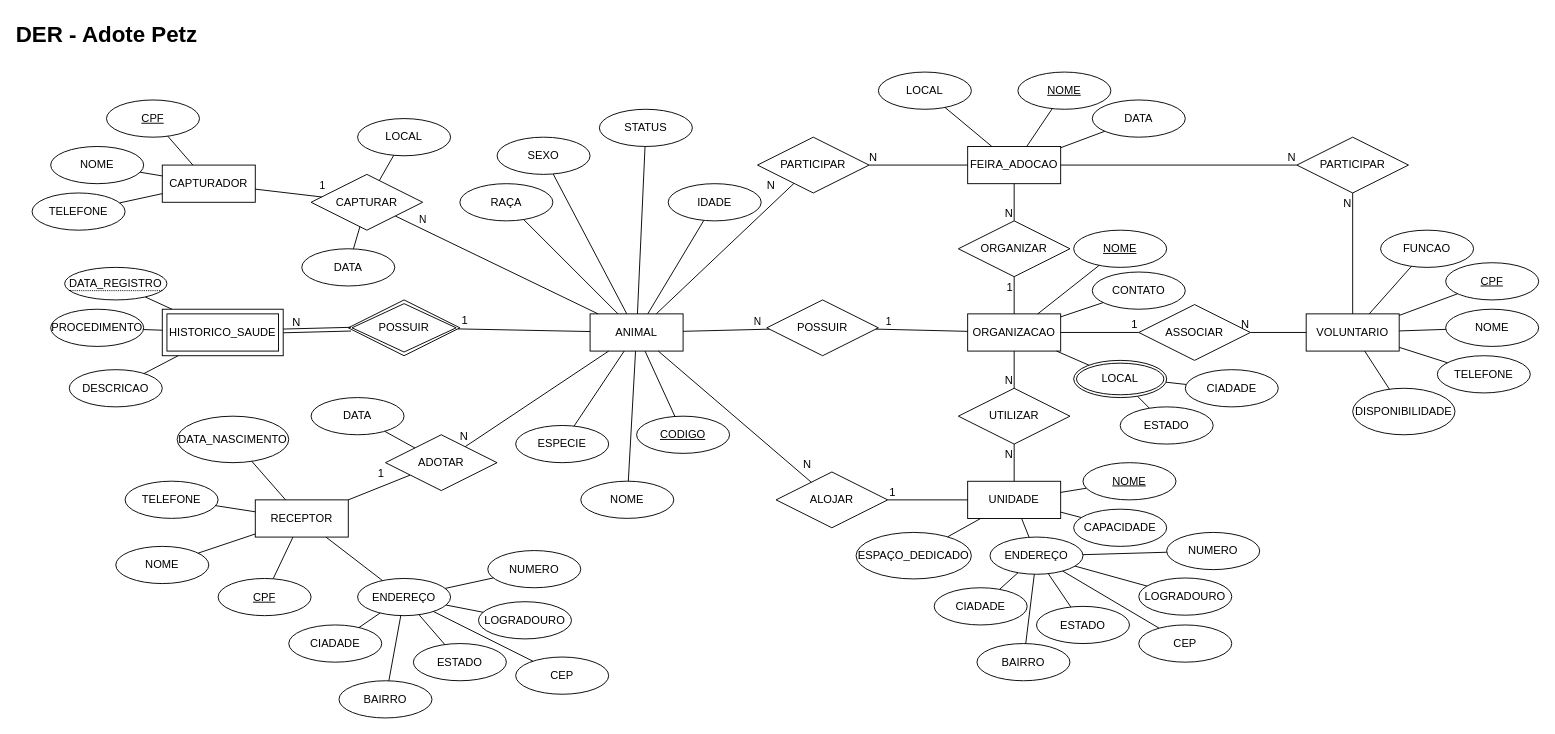
Earlier version of the draw.io diagram BancoDeDados/TrabalhoPratico/AdotePetzDER.drawio (FelipeCarva0/PUC-Minas). Source tidied: cells renumbered, new cells numbered last; positions are measured from the earlier drawing's top-left corner, leaving out a move shared by most shapes. Both pictures are drawn from the tidied source at 93%, with x=0, y=0 at pixel (32, 16).
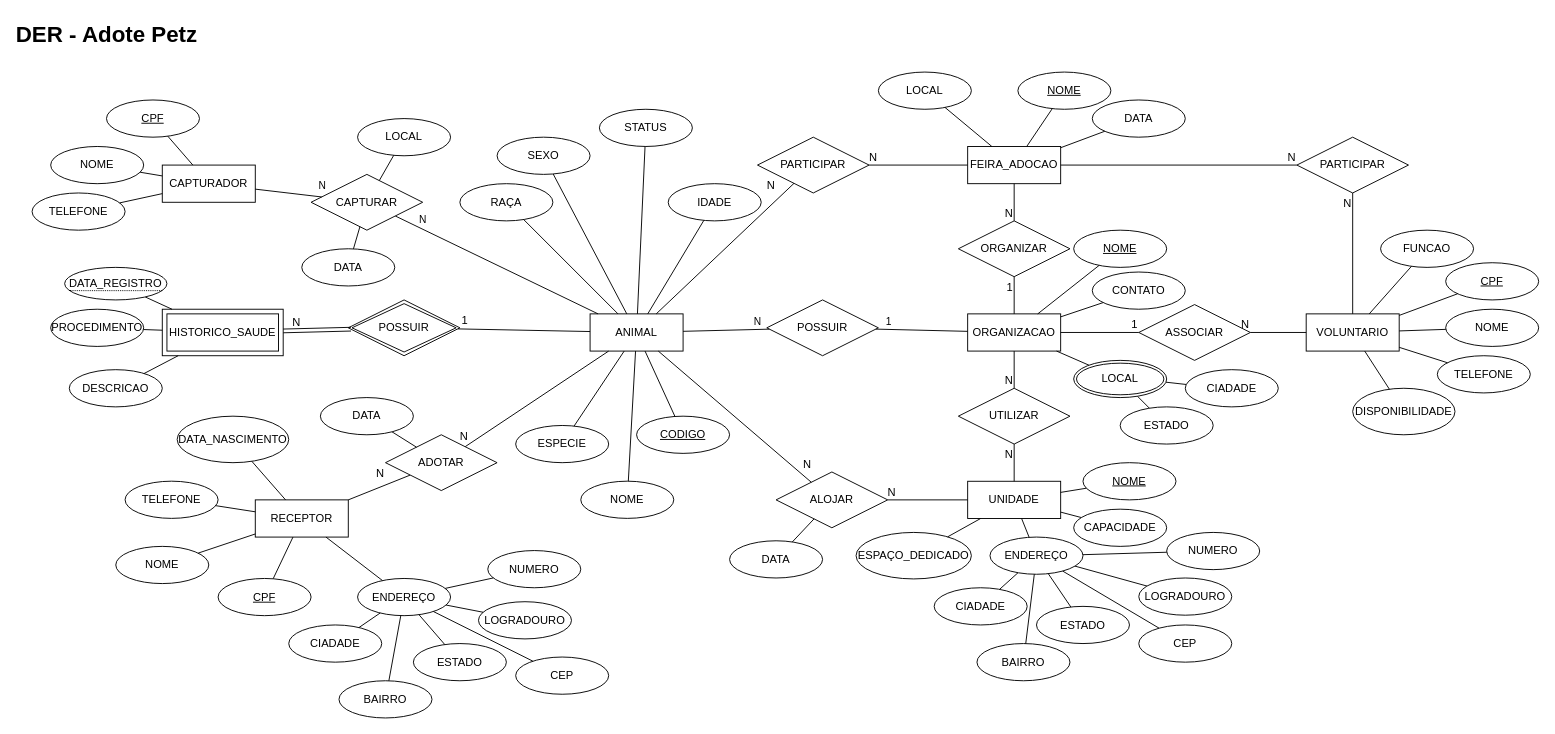
The same page after the edit.

The change refers to these unchanged cells:
```xml
<mxCell id="18" value="ALOJAR" style="shape=rhombus;perimeter=rhombusPerimeter;whiteSpace=wrap;html=1;align=center;" parent="1" vertex="1">
  <mxGeometry x="800" y="490" width="120" height="60" as="geometry" />
</mxCell>
<mxCell id="19" style="endArrow=none;html=1;rounded=0;" parent="1" edge="1" source="18" target="4">
  <mxGeometry relative="1" as="geometry" />
</mxCell>
<mxCell id="27" style="endArrow=none;html=1;rounded=0;" parent="1" edge="1" target="3">
  <mxGeometry relative="1" as="geometry">
    <mxPoint x="465.7" y="462.8" as="sourcePoint" />
  </mxGeometry>
</mxCell>
<mxCell id="63" style="endArrow=none;html=1;rounded=0;" parent="1" edge="1" source="6" target="62">
  <mxGeometry relative="1" as="geometry" />
</mxCell>
```

Diff of the diagram source:
```diff
@@
-    <mxCell id="20" value="1" style="html=1;whiteSpace=wrap;align=right;verticalAlign=bottom;" parent="19" vertex="1">
+    <mxCell id="20" value="N" style="html=1;whiteSpace=wrap;align=right;verticalAlign=bottom;" parent="19" vertex="1">
       <mxGeometry x="1" relative="1" as="geometry">
         <mxPoint x="-76" as="offset" />
       </mxGeometry>
     </mxCell>
@@
-    <mxCell id="28" value="1" style="html=1;whiteSpace=wrap;align=right;verticalAlign=bottom;" parent="27" vertex="1">
+    <mxCell id="28" value="N" style="html=1;whiteSpace=wrap;align=right;verticalAlign=bottom;" parent="27" vertex="1">
       <mxGeometry x="1" relative="1" as="geometry">
         <mxPoint x="-240" y="140" as="offset" />
       </mxGeometry>
     </mxCell>
@@
-    <mxCell id="64" value="1" style="edgeLabel;html=1;align=center;verticalAlign=middle;" parent="63" vertex="1">
+    <mxCell id="64" value="N" style="edgeLabel;html=1;align=center;verticalAlign=middle;" parent="63" vertex="1">
       <mxGeometry x="0.26" y="-3" relative="1" as="geometry">
         <mxPoint x="27" y="-13" as="offset" />
       </mxGeometry>
     </mxCell>
@@
     <mxCell id="133" value="DATA" style="ellipse;whiteSpace=wrap;html=1;align=center;" parent="1" vertex="1">
-      <mxGeometry x="300" y="410" width="100" height="40" as="geometry" />
+      <mxGeometry x="310" y="410" width="100" height="40" as="geometry" />
     </mxCell>
@@
+    <mxCell id="161" value="DATA" style="ellipse;whiteSpace=wrap;html=1;align=center;" parent="1" vertex="1">
+      <mxGeometry x="750" y="564" width="100" height="40" as="geometry" />
+    </mxCell>
+    <mxCell id="162" style="endArrow=none;html=1;rounded=0;" parent="1" edge="1" source="161" target="18">
+      <mxGeometry relative="1" as="geometry" />
+    </mxCell>
```
